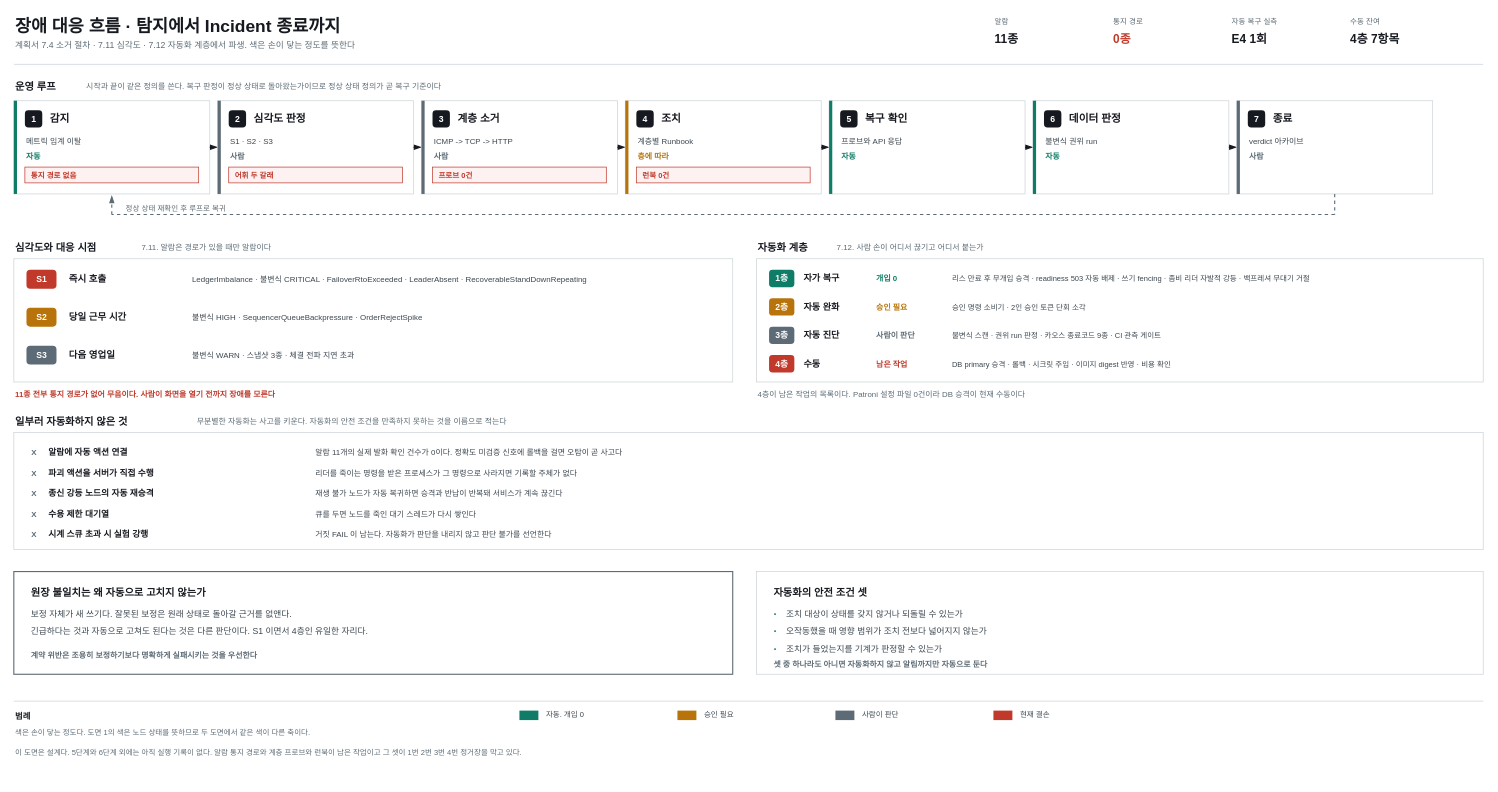
Earlier version of the draw.io diagram 제출_20260901/diagram/장애대응_흐름.drawio (SanghyeokLee-KR/failstop). Source tidied: cells renumbered, new cells numbered last; positions are measured from the earlier drawing's top-left corner, leaving out a move shared by most shapes. Both pictures are drawn from the tidied source at 79%, with x=0, y=0 at pixel (13, 13).
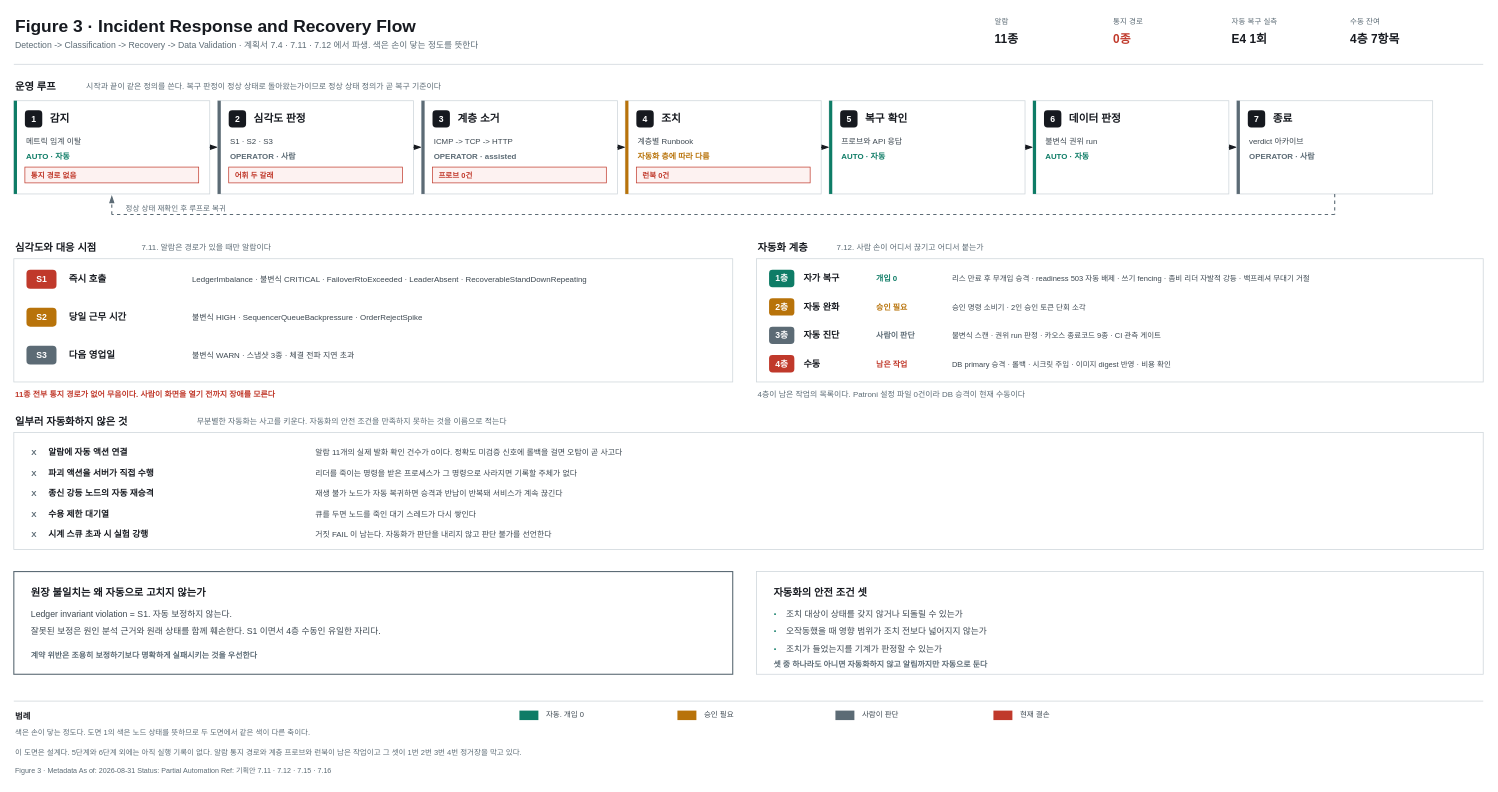
The same page after the edit.

What changed in the source:
```diff
@@
-    <mxCell id="2" value="장애 대응 흐름 · 탐지에서 Incident 종료까지" style="text;html=1;strokeColor=none;fillColor=none;align=left;verticalAlign=middle;whiteSpace=wrap;fontSize=22;fontColor=#16191F;fontStyle=1;fontFamily=Malgun Gothic;" parent="1" vertex="1">
+    <mxCell id="2" value="Figure 3 · Incident Response and Recovery Flow" style="text;html=1;strokeColor=none;fillColor=none;align=left;verticalAlign=middle;whiteSpace=wrap;fontSize=22;fontColor=#16191F;fontStyle=1;fontFamily=Malgun Gothic;" parent="1" vertex="1">
       <mxGeometry width="900" height="32" as="geometry" />
     </mxCell>
-    <mxCell id="3" value="계획서 7.4 소거 절차 · 7.11 심각도 · 7.12 자동화 계층에서 파생. 색은 손이 닿는 정도를 뜻한다" style="text;html=1;strokeColor=none;fillColor=none;align=left;verticalAlign=middle;whiteSpace=wrap;fontSize=11;fontColor=#5C6B75;fontStyle=0;fontFamily=Malgun Gothic;" parent="1" vertex="1">
+    <mxCell id="3" value="Detection -&gt; Classification -&gt; Recovery -&gt; Data Validation  ·  계획서 7.4 · 7.11 · 7.12 에서 파생. 색은 손이 닿는 정도를 뜻한다" style="text;html=1;strokeColor=none;fillColor=none;align=left;verticalAlign=middle;whiteSpace=wrap;fontSize=11;fontColor=#5C6B75;fontStyle=0;fontFamily=Malgun Gothic;" parent="1" vertex="1">
       <mxGeometry y="30" width="1100" height="20" as="geometry" />
     </mxCell>
@@
-    <mxCell id="20" value="자동" style="text;html=1;strokeColor=none;fillColor=none;align=left;verticalAlign=middle;whiteSpace=wrap;fontSize=10;fontColor=#0E7C66;fontStyle=1;fontFamily=Malgun Gothic;" parent="1" vertex="1">
+    <mxCell id="20" value="AUTO · 자동" style="text;html=1;strokeColor=none;fillColor=none;align=left;verticalAlign=middle;whiteSpace=wrap;fontSize=10;fontColor=#0E7C66;fontStyle=1;fontFamily=Malgun Gothic;" parent="1" vertex="1">
       <mxGeometry x="14" y="172" width="220" height="16" as="geometry" />
     </mxCell>
@@
-    <mxCell id="28" value="사람" style="text;html=1;strokeColor=none;fillColor=none;align=left;verticalAlign=middle;whiteSpace=wrap;fontSize=10;fontColor=#5C6B75;fontStyle=1;fontFamily=Malgun Gothic;" parent="1" vertex="1">
+    <mxCell id="28" value="OPERATOR · 사람" style="text;html=1;strokeColor=none;fillColor=none;align=left;verticalAlign=middle;whiteSpace=wrap;fontSize=10;fontColor=#5C6B75;fontStyle=1;fontFamily=Malgun Gothic;" parent="1" vertex="1">
       <mxGeometry x="272" y="172" width="220" height="16" as="geometry" />
     </mxCell>
@@
-    <mxCell id="36" value="사람" style="text;html=1;strokeColor=none;fillColor=none;align=left;verticalAlign=middle;whiteSpace=wrap;fontSize=10;fontColor=#5C6B75;fontStyle=1;fontFamily=Malgun Gothic;" parent="1" vertex="1">
+    <mxCell id="36" value="OPERATOR · assisted" style="text;html=1;strokeColor=none;fillColor=none;align=left;verticalAlign=middle;whiteSpace=wrap;fontSize=10;fontColor=#5C6B75;fontStyle=1;fontFamily=Malgun Gothic;" parent="1" vertex="1">
       <mxGeometry x="530" y="172" width="220" height="16" as="geometry" />
     </mxCell>
@@
-    <mxCell id="44" value="층에 따라" style="text;html=1;strokeColor=none;fillColor=none;align=left;verticalAlign=middle;whiteSpace=wrap;fontSize=10;fontColor=#B8730A;fontStyle=1;fontFamily=Malgun Gothic;" parent="1" vertex="1">
+    <mxCell id="44" value="자동화 층에 따라 다름" style="text;html=1;strokeColor=none;fillColor=none;align=left;verticalAlign=middle;whiteSpace=wrap;fontSize=10;fontColor=#B8730A;fontStyle=1;fontFamily=Malgun Gothic;" parent="1" vertex="1">
       <mxGeometry x="788" y="172" width="220" height="16" as="geometry" />
     </mxCell>
@@
-    <mxCell id="52" value="자동" style="text;html=1;strokeColor=none;fillColor=none;align=left;verticalAlign=middle;whiteSpace=wrap;fontSize=10;fontColor=#0E7C66;fontStyle=1;fontFamily=Malgun Gothic;" parent="1" vertex="1">
+    <mxCell id="52" value="AUTO · 자동" style="text;html=1;strokeColor=none;fillColor=none;align=left;verticalAlign=middle;whiteSpace=wrap;fontSize=10;fontColor=#0E7C66;fontStyle=1;fontFamily=Malgun Gothic;" parent="1" vertex="1">
       <mxGeometry x="1046" y="172" width="220" height="16" as="geometry" />
     </mxCell>
@@
-    <mxCell id="59" value="자동" style="text;html=1;strokeColor=none;fillColor=none;align=left;verticalAlign=middle;whiteSpace=wrap;fontSize=10;fontColor=#0E7C66;fontStyle=1;fontFamily=Malgun Gothic;" parent="1" vertex="1">
+    <mxCell id="59" value="AUTO · 자동" style="text;html=1;strokeColor=none;fillColor=none;align=left;verticalAlign=middle;whiteSpace=wrap;fontSize=10;fontColor=#0E7C66;fontStyle=1;fontFamily=Malgun Gothic;" parent="1" vertex="1">
       <mxGeometry x="1304" y="172" width="220" height="16" as="geometry" />
     </mxCell>
@@
-    <mxCell id="66" value="사람" style="text;html=1;strokeColor=none;fillColor=none;align=left;verticalAlign=middle;whiteSpace=wrap;fontSize=10;fontColor=#5C6B75;fontStyle=1;fontFamily=Malgun Gothic;" parent="1" vertex="1">
+    <mxCell id="66" value="OPERATOR · 사람" style="text;html=1;strokeColor=none;fillColor=none;align=left;verticalAlign=middle;whiteSpace=wrap;fontSize=10;fontColor=#5C6B75;fontStyle=1;fontFamily=Malgun Gothic;" parent="1" vertex="1">
       <mxGeometry x="1562" y="172" width="220" height="16" as="geometry" />
     </mxCell>
@@
-    <mxCell id="124" value="보정 자체가 새 쓰기다. 잘못된 보정은 원래 상태로 돌아갈 근거를 없앤다." style="text;html=1;strokeColor=none;fillColor=none;align=left;verticalAlign=middle;whiteSpace=wrap;fontSize=11;fontColor=#3C4750;fontStyle=0;fontFamily=Malgun Gothic;" parent="1" vertex="1">
+    <mxCell id="124" value="Ledger invariant violation = S1. 자동 보정하지 않는다." style="text;html=1;strokeColor=none;fillColor=none;align=left;verticalAlign=middle;whiteSpace=wrap;fontSize=11;fontColor=#3C4750;fontStyle=0;fontFamily=Malgun Gothic;" parent="1" vertex="1">
       <mxGeometry x="20" y="750" width="860" height="20" as="geometry" />
     </mxCell>
-    <mxCell id="125" value="긴급하다는 것과 자동으로 고쳐도 된다는 것은 다른 판단이다. S1 이면서 4층인 유일한 자리다." style="text;html=1;strokeColor=none;fillColor=none;align=left;verticalAlign=middle;whiteSpace=wrap;fontSize=11;fontColor=#3C4750;fontStyle=0;fontFamily=Malgun Gothic;" parent="1" vertex="1">
+    <mxCell id="125" value="잘못된 보정은 원인 분석 근거와 원래 상태를 함께 훼손한다. S1 이면서 4층 수동인 유일한 자리다." style="text;html=1;strokeColor=none;fillColor=none;align=left;verticalAlign=middle;whiteSpace=wrap;fontSize=11;fontColor=#3C4750;fontStyle=0;fontFamily=Malgun Gothic;" parent="1" vertex="1">
       <mxGeometry x="20" y="772" width="860" height="20" as="geometry" />
     </mxCell>
@@
+    <mxCell id="148" value="Figure 3 · Metadata   As of: 2026-08-31   Status: Partial Automation   Ref: 기획안 7.11 · 7.12 · 7.15 · 7.16" style="text;html=1;strokeColor=none;fillColor=none;align=left;verticalAlign=middle;whiteSpace=wrap;fontSize=9;fontColor=#5C6B75;fontStyle=0;fontFamily=Malgun Gothic;" parent="1" vertex="1">
+      <mxGeometry y="950" width="1400" height="18" as="geometry" />
+    </mxCell>
```
